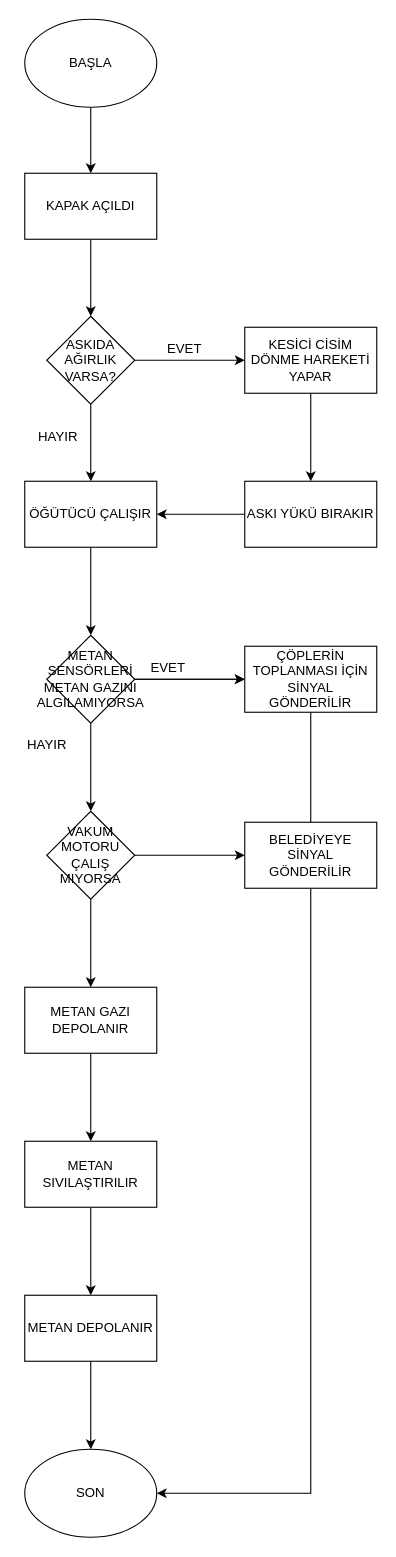
Suphi-Koyuncuoglu-Anadolu-Lisesi/Teknofest-2022 keeps this draw.io diagram as Untitled Diagram.drawio. Above is the earlier version. Source tidied: cells renumbered, new cells numbered last; positions are measured from the earlier drawing's top-left corner, leaving out a move shared by most shapes. Both pictures are drawn from the tidied source at 110%, with x=0, y=0 at pixel (19, 19).
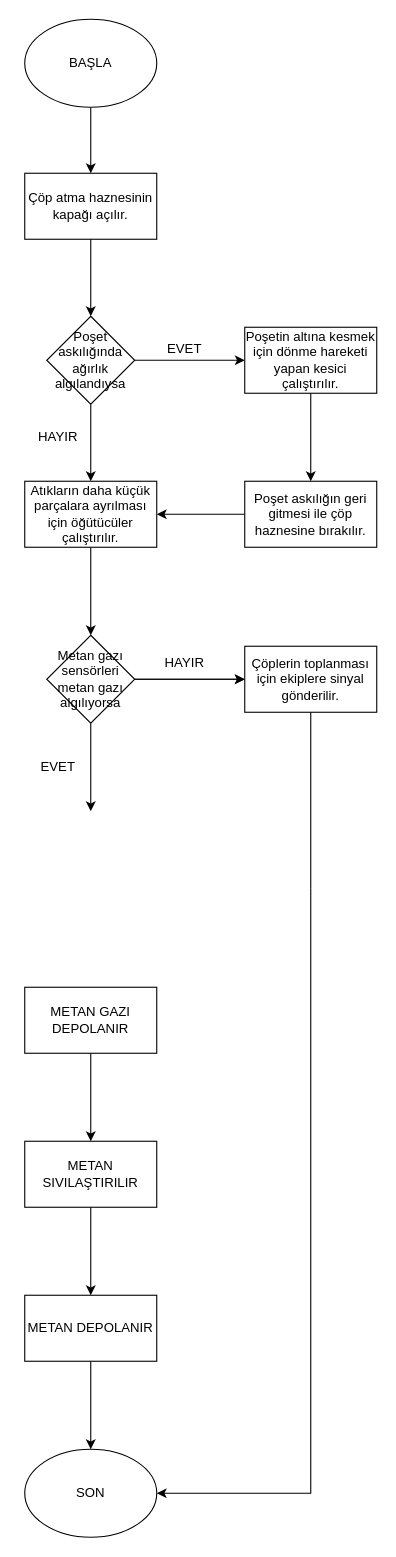
After the change.

The change refers to these unchanged cells:
```xml
<mxCell id="19" value="SON" style="ellipse;whiteSpace=wrap;html=1;" parent="1" vertex="1">
  <mxGeometry x="5" y="1300" width="120" height="80" as="geometry" />
</mxCell>
<mxCell id="28" value="METAN GAZI DEPOLANIR" style="whiteSpace=wrap;html=1;" parent="1" vertex="1">
  <mxGeometry x="5" y="880" width="120" height="60" as="geometry" />
</mxCell>
```

Diff of the diagram source:
```diff
@@
-    <mxCell id="5" value="KAPAK AÇILDI" style="rounded=0;whiteSpace=wrap;html=1;" parent="1" vertex="1">
+    <mxCell id="5" value="Çöp atma haznesinin kapağı açılır." style="rounded=0;whiteSpace=wrap;html=1;" parent="1" vertex="1">
       <mxGeometry x="5" y="140" width="120" height="60" as="geometry" />
     </mxCell>
@@
-    <mxCell id="8" value="ASKIDA AĞIRLIK VARSA?" style="rhombus;whiteSpace=wrap;html=1;" parent="1" vertex="1">
+    <mxCell id="8" value="Poşet askılığında ağırlık algılandıysa" style="rhombus;whiteSpace=wrap;html=1;" parent="1" vertex="1">
       <mxGeometry x="25" y="270" width="80" height="80" as="geometry" />
     </mxCell>
@@
-    <mxCell id="10" value="&lt;span style=&quot;&quot;&gt;KESİCİ CİSİM DÖNME HAREKETİ YAPAR&lt;/span&gt;" style="whiteSpace=wrap;html=1;" parent="1" vertex="1">
+    <mxCell id="10" value="Poşetin altına kesmek için dönme hareketi yapan kesici çalıştırılır." style="whiteSpace=wrap;html=1;" parent="1" vertex="1">
       <mxGeometry x="205" y="280" width="120" height="60" as="geometry" />
     </mxCell>
@@
-    <mxCell id="13" value="ASKI YÜKÜ BIRAKIR" style="whiteSpace=wrap;html=1;" parent="1" vertex="1">
+    <mxCell id="13" value="Poşet askılığın geri gitmesi ile çöp haznesine bırakılır." style="whiteSpace=wrap;html=1;" parent="1" vertex="1">
       <mxGeometry x="205" y="420" width="120" height="60" as="geometry" />
     </mxCell>
@@
-    <mxCell id="15" value="ÖĞÜTÜCÜ ÇALIŞIR" style="whiteSpace=wrap;html=1;" parent="1" vertex="1">
+    <mxCell id="15" value="Atıkların daha küçük parçalara ayrılması için öğütücüler çalıştırılır." style="whiteSpace=wrap;html=1;" parent="1" vertex="1">
       <mxGeometry x="5" y="420" width="120" height="60" as="geometry" />
     </mxCell>
@@
-    <mxCell id="22" style="edgeStyle=orthogonalEdgeStyle;rounded=0;jettySize=auto;html=1;" parent="1" edge="1" source="23" target="33">
-      <mxGeometry relative="1" as="geometry" />
+    <mxCell id="22" style="edgeStyle=orthogonalEdgeStyle;rounded=0;jettySize=auto;html=1;" parent="1" edge="1" source="23">
+      <mxGeometry relative="1" as="geometry">
+        <mxPoint x="65" y="720" as="targetPoint" />
+      </mxGeometry>
     </mxCell>
-    <mxCell id="23" value="METAN SENSÖRLERİ METAN GAZINI ALGILAMIYORSA" style="rhombus;whiteSpace=wrap;html=1;" parent="1" vertex="1">
+    <mxCell id="23" value="Metan gazı sensörleri metan gazı algılıyorsa" style="rhombus;whiteSpace=wrap;html=1;" parent="1" vertex="1">
       <mxGeometry x="25" y="560" width="80" height="80" as="geometry" />
     </mxCell>
-    <mxCell id="24" value="ÇÖPLERİN TOPLANMASI İÇİN SİNYAL GÖNDERİLİR" style="whiteSpace=wrap;html=1;" parent="1" vertex="1">
+    <mxCell id="24" value="Çöplerin toplanması için ekiplere sinyal gönderilir." style="whiteSpace=wrap;html=1;" parent="1" vertex="1">
       <mxGeometry x="205" y="570" width="120" height="60" as="geometry" />
     </mxCell>
     <mxCell id="25" value="EVET" style="text;html=1;align=center;verticalAlign=middle;strokeColor=none;fillColor=none;" parent="1" vertex="1">
-      <mxGeometry x="110" y="580" width="50" height="20" as="geometry" />
+      <mxGeometry x="10" y="670" width="50" height="20" as="geometry" />
     </mxCell>
     <mxCell id="26" value="HAYIR" style="text;html=1;align=center;verticalAlign=middle;strokeColor=none;fillColor=none;" parent="1" vertex="1">
-      <mxGeometry y="650" width="50" height="20" as="geometry" />
+      <mxGeometry x="125" y="575" width="50" height="20" as="geometry" />
     </mxCell>
@@
-    <mxCell id="31" style="edgeStyle=orthogonalEdgeStyle;rounded=0;jettySize=auto;html=1;" parent="1" edge="1" source="33" target="28">
-      <mxGeometry relative="1" as="geometry" />
-    </mxCell>
-    <mxCell id="32" style="edgeStyle=orthogonalEdgeStyle;rounded=0;jettySize=auto;html=1;" parent="1" edge="1" source="33" target="35">
-      <mxGeometry relative="1" as="geometry" />
-    </mxCell>
-    <mxCell id="33" value="VAKUM MOTORU ÇALIŞ MIYORSA" style="rhombus;whiteSpace=wrap;html=1;" parent="1" vertex="1">
-      <mxGeometry x="25" y="720" width="80" height="80" as="geometry" />
-    </mxCell>
-    <mxCell id="34" style="edgeStyle=orthogonalEdgeStyle;rounded=0;jettySize=auto;html=1;entryX=1;entryY=0.5;entryDx=0;entryDy=0;" parent="1" edge="1" source="35" target="19">
+    <mxCell id="34" style="edgeStyle=orthogonalEdgeStyle;rounded=0;jettySize=auto;html=1;entryX=1;entryY=0.5;entryDx=0;entryDy=0;" parent="1" edge="1" target="19">
       <mxGeometry relative="1" as="geometry">
+        <mxPoint x="265" y="790" as="sourcePoint" />
         <Array as="points">
           <mxPoint x="265" y="1340" />
         </Array>
       </mxGeometry>
     </mxCell>
-    <mxCell id="35" value="BELEDİYEYE SİNYAL GÖNDERİLİR" style="whiteSpace=wrap;html=1;" parent="1" vertex="1">
-      <mxGeometry x="205" y="730" width="120" height="60" as="geometry" />
-    </mxCell>
-    <mxCell id="36" style="endArrow=none;html=1;rounded=0;exitX=0.5;exitY=0;exitDx=0;exitDy=0;entryX=0.5;entryY=1;entryDx=0;entryDy=0;" parent="1" edge="1" source="35" target="24">
-      <mxGeometry relative="1" as="geometry" />
-    </mxCell>
+    <mxCell id="37" style="endArrow=none;html=1;rounded=0;entryX=0.5;entryY=1;entryDx=0;entryDy=0;" parent="1" edge="1" target="24">
+      <mxGeometry relative="1" as="geometry">
+        <mxPoint x="265" y="790" as="sourcePoint" />
+      </mxGeometry>
+    </mxCell>
```
